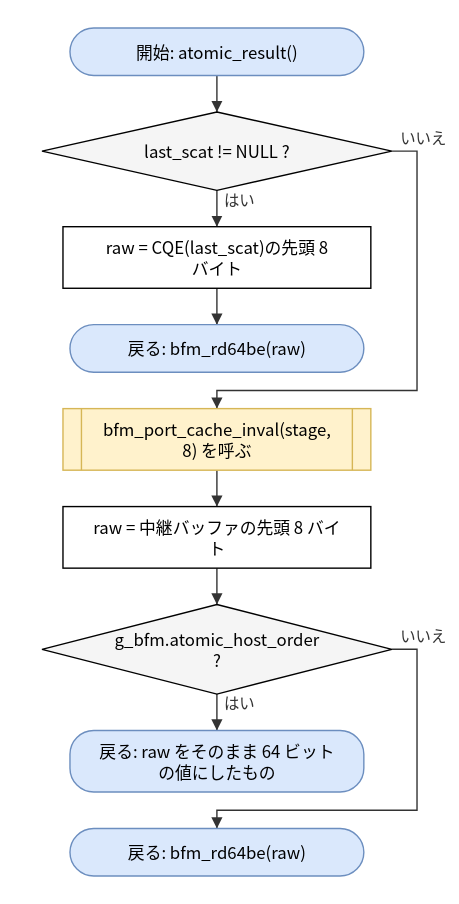
Earlier version of the draw.io export doc/spec/images/flow_src_bfm_ops__atomic_result.drawio.svg (hf355051012-ai/bfmem). Source tidied: cells renumbered, new cells last; positions are measured from the earlier drawing's top-left corner, leaving out a move shared by most shapes.
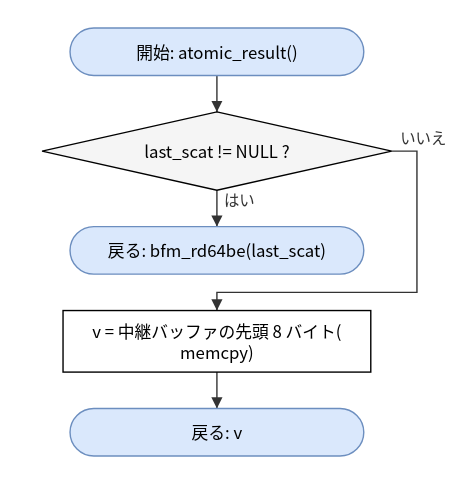
Later version of the same file.

What changed in the source:
```diff
@@ -8,62 +8,32 @@
     <mxCell id="3" value="last_scat != NULL ?" style="rhombus;whiteSpace=wrap;html=1;fillColor=#f5f5f5;" parent="1" vertex="1">
       <mxGeometry y="60" width="250" height="56" as="geometry" />
     </mxCell>
-    <mxCell id="4" value="raw = CQE(last_scat)の先頭 8&lt;br&gt;バイト" style="rounded=0;whiteSpace=wrap;html=1;" parent="1" vertex="1">
-      <mxGeometry x="15" y="142" width="220" height="44" as="geometry" />
+    <mxCell id="4" value="戻る: bfm_rd64be(last_scat)" style="rounded=1;arcSize=50;whiteSpace=wrap;html=1;fillColor=#dae8fc;strokeColor=#6c8ebf;" parent="1" vertex="1">
+      <mxGeometry x="20" y="142" width="210" height="34" as="geometry" />
     </mxCell>
-    <mxCell id="5" value="戻る: bfm_rd64be(raw)" style="rounded=1;arcSize=50;whiteSpace=wrap;html=1;fillColor=#dae8fc;strokeColor=#6c8ebf;" parent="1" vertex="1">
-      <mxGeometry x="20" y="212" width="210" height="34" as="geometry" />
+    <mxCell id="5" value="v = 中継バッファの先頭 8 バイト(&lt;br&gt;memcpy)" style="rounded=0;whiteSpace=wrap;html=1;" parent="1" vertex="1">
+      <mxGeometry x="15" y="202" width="220" height="44" as="geometry" />
     </mxCell>
-    <mxCell id="6" value="bfm_port_cache_inval(stage,&lt;br&gt;8) を呼ぶ" style="shape=process;whiteSpace=wrap;html=1;backgroundOutline=1;size=0.06;fillColor=#fff2cc;strokeColor=#d6b656;" parent="1" vertex="1">
-      <mxGeometry x="15" y="272" width="220" height="44" as="geometry" />
+    <mxCell id="6" value="戻る: v" style="rounded=1;arcSize=50;whiteSpace=wrap;html=1;fillColor=#dae8fc;strokeColor=#6c8ebf;" parent="1" vertex="1">
+      <mxGeometry x="20" y="272" width="210" height="34" as="geometry" />
     </mxCell>
-    <mxCell id="7" value="raw = 中継バッファの先頭 8 バイ&lt;br&gt;ト" style="rounded=0;whiteSpace=wrap;html=1;" parent="1" vertex="1">
-      <mxGeometry x="15" y="342" width="220" height="44" as="geometry" />
-    </mxCell>
-    <mxCell id="8" value="g_bfm.atomic_host_order&lt;br&gt;?" style="rhombus;whiteSpace=wrap;html=1;fillColor=#f5f5f5;" parent="1" vertex="1">
-      <mxGeometry y="412" width="250" height="64" as="geometry" />
-    </mxCell>
-    <mxCell id="9" value="戻る: raw をそのまま 64 ビット&lt;br&gt;の値にしたもの" style="rounded=1;arcSize=50;whiteSpace=wrap;html=1;fillColor=#dae8fc;strokeColor=#6c8ebf;" parent="1" vertex="1">
-      <mxGeometry x="20" y="502" width="210" height="44" as="geometry" />
-    </mxCell>
-    <mxCell id="10" value="戻る: bfm_rd64be(raw)" style="rounded=1;arcSize=50;whiteSpace=wrap;html=1;fillColor=#dae8fc;strokeColor=#6c8ebf;" parent="1" vertex="1">
-      <mxGeometry x="20" y="572" width="210" height="34" as="geometry" />
-    </mxCell>
     <mxCell id="11" style="edgeStyle=none;html=1;rounded=0;endArrow=block;endFill=1;exitX=0.5000;exitY=1.0000;exitDx=0;exitDy=0;exitPerimeter=0;entryX=0.5000;entryY=0.0000;entryDx=0;entryDy=0;entryPerimeter=0;" parent="1" edge="1" source="2" target="3">
       <mxGeometry relative="1" as="geometry" />
     </mxCell>
     <mxCell id="12" value="はい" style="edgeStyle=none;html=1;rounded=0;endArrow=block;endFill=1;exitX=0.5000;exitY=1.0000;exitDx=0;exitDy=0;exitPerimeter=0;entryX=0.5000;entryY=0.0000;entryDx=0;entryDy=0;entryPerimeter=0;" parent="1" edge="1" source="3" target="4">
       <mxGeometry relative="1" as="geometry" />
     </mxCell>
-    <mxCell id="13" style="edgeStyle=none;html=1;rounded=0;endArrow=block;endFill=1;exitX=0.5000;exitY=1.0000;exitDx=0;exitDy=0;exitPerimeter=0;entryX=0.5000;entryY=0.0000;entryDx=0;entryDy=0;entryPerimeter=0;" parent="1" edge="1" source="4" target="5">
-      <mxGeometry relative="1" as="geometry" />
+    <mxCell id="13" value="いいえ" style="edgeStyle=none;html=1;rounded=0;endArrow=block;endFill=1;exitX=1.0000;exitY=0.5000;exitDx=0;exitDy=0;exitPerimeter=0;entryX=0.5000;entryY=0.0000;entryDx=0;entryDy=0;entryPerimeter=0;" parent="1" edge="1" source="3" target="5">
+      <mxGeometry relative="1" as="geometry">
+        <Array as="points">
+          <mxPoint x="268" y="88" />
+          <mxPoint x="268" y="189" />
+          <mxPoint x="125" y="189" />
+        </Array>
+      </mxGeometry>
     </mxCell>
-    <mxCell id="14" value="いいえ" style="edgeStyle=none;html=1;rounded=0;endArrow=block;endFill=1;exitX=1.0000;exitY=0.5000;exitDx=0;exitDy=0;exitPerimeter=0;entryX=0.5000;entryY=0.0000;entryDx=0;entryDy=0;entryPerimeter=0;" parent="1" edge="1" source="3" target="6">
-      <mxGeometry relative="1" as="geometry">
-        <Array as="points">
-          <mxPoint x="268" y="88" />
-          <mxPoint x="268" y="259" />
-          <mxPoint x="125" y="259" />
-        </Array>
-      </mxGeometry>
+    <mxCell id="14" style="edgeStyle=none;html=1;rounded=0;endArrow=block;endFill=1;exitX=0.5000;exitY=1.0000;exitDx=0;exitDy=0;exitPerimeter=0;entryX=0.5000;entryY=0.0000;entryDx=0;entryDy=0;entryPerimeter=0;" parent="1" edge="1" source="5" target="6">
+      <mxGeometry relative="1" as="geometry" />
     </mxCell>
-    <mxCell id="15" style="edgeStyle=none;html=1;rounded=0;endArrow=block;endFill=1;exitX=0.5000;exitY=1.0000;exitDx=0;exitDy=0;exitPerimeter=0;entryX=0.5000;entryY=0.0000;entryDx=0;entryDy=0;entryPerimeter=0;" parent="1" edge="1" source="6" target="7">
-      <mxGeometry relative="1" as="geometry" />
-    </mxCell>
-    <mxCell id="16" style="edgeStyle=none;html=1;rounded=0;endArrow=block;endFill=1;exitX=0.5000;exitY=1.0000;exitDx=0;exitDy=0;exitPerimeter=0;entryX=0.5000;entryY=0.0000;entryDx=0;entryDy=0;entryPerimeter=0;" parent="1" edge="1" source="7" target="8">
-      <mxGeometry relative="1" as="geometry" />
-    </mxCell>
-    <mxCell id="17" value="はい" style="edgeStyle=none;html=1;rounded=0;endArrow=block;endFill=1;exitX=0.5000;exitY=1.0000;exitDx=0;exitDy=0;exitPerimeter=0;entryX=0.5000;entryY=0.0000;entryDx=0;entryDy=0;entryPerimeter=0;" parent="1" edge="1" source="8" target="9">
-      <mxGeometry relative="1" as="geometry" />
-    </mxCell>
-    <mxCell id="18" value="いいえ" style="edgeStyle=none;html=1;rounded=0;endArrow=block;endFill=1;exitX=1.0000;exitY=0.5000;exitDx=0;exitDy=0;exitPerimeter=0;entryX=0.5000;entryY=0.0000;entryDx=0;entryDy=0;entryPerimeter=0;" parent="1" edge="1" source="8" target="10">
-      <mxGeometry relative="1" as="geometry">
-        <Array as="points">
-          <mxPoint x="268" y="444" />
-          <mxPoint x="268" y="559" />
-          <mxPoint x="125" y="559" />
-        </Array>
-      </mxGeometry>
-    </mxCell>
   </root>
 </mxGraphModel>
```
